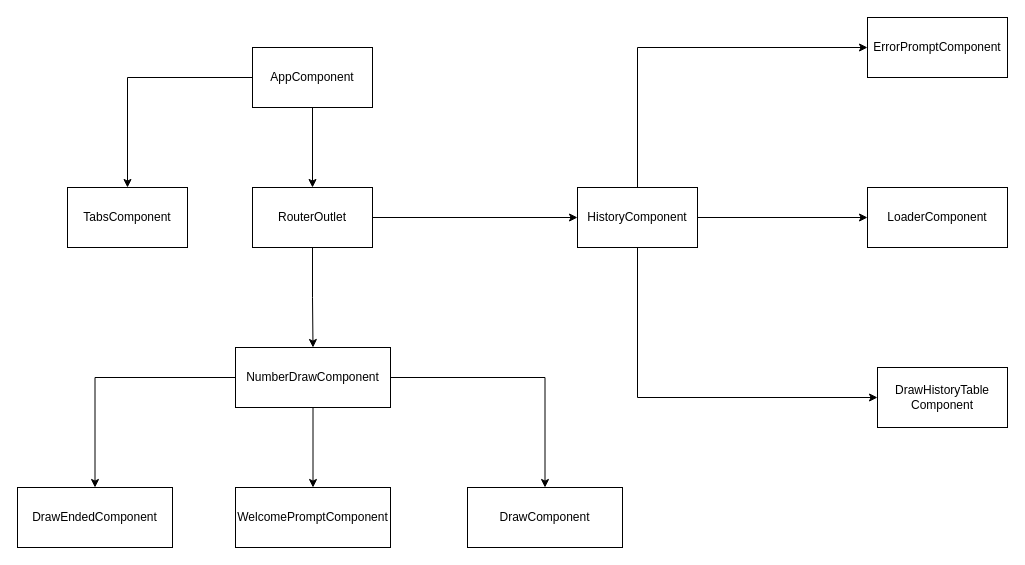
ciurtetudorcatalin/lottery-draw keeps this draw.io diagram as diagrams/component-tree.drawio. Above is the earlier version. Source tidied: cells renumbered, new cells numbered last; positions are measured from the earlier drawing's top-left corner, leaving out a move shared by most shapes. Both pictures are drawn from the tidied source at 100%, with x=0, y=0 at pixel (17, 17).
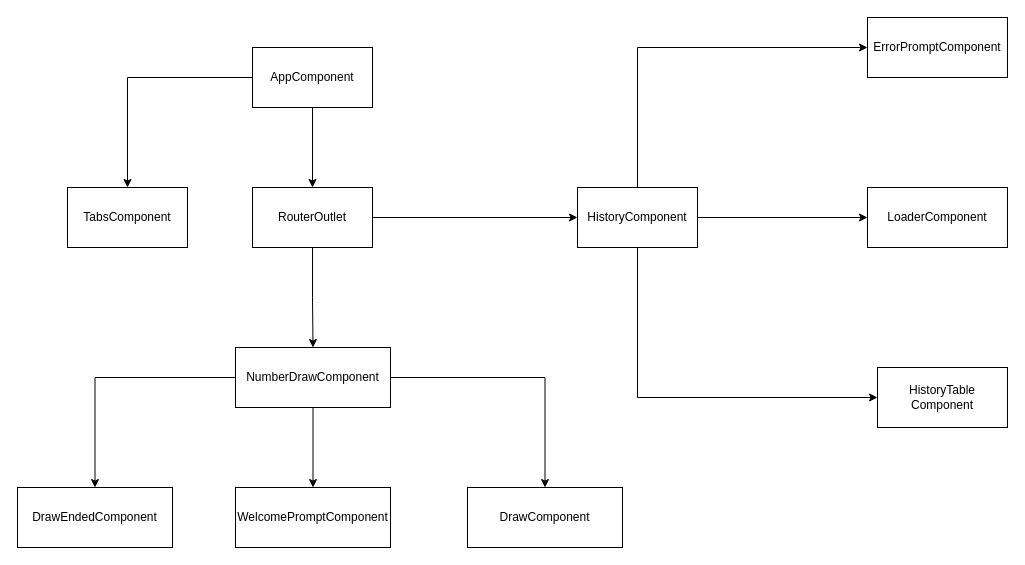
Above is the later version.

Diff of the diagram source:
```diff
@@
-    <mxCell id="17" value="DrawHistoryTable&lt;br&gt;Component" style="rounded=0;whiteSpace=wrap;html=1;" parent="1" vertex="1">
+    <mxCell id="17" value="HistoryTable&lt;br&gt;Component" style="rounded=0;whiteSpace=wrap;html=1;" parent="1" vertex="1">
       <mxGeometry x="860" y="350" width="130" height="60" as="geometry" />
     </mxCell>
```
